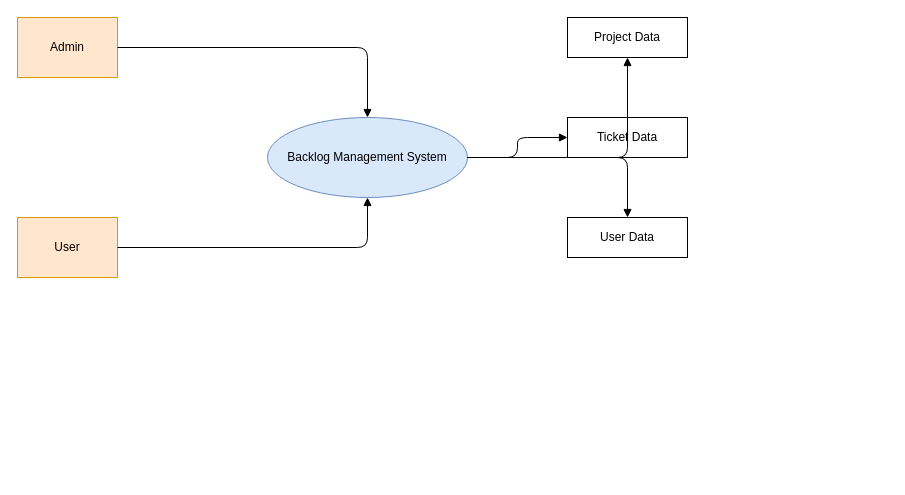
This is Untitled Diagram.drawio from velonix-tech/microservice, a draw.io file, before an edit. Source tidied: cells renumbered, new cells numbered last; positions are measured from the earlier drawing's top-left corner, leaving out a move shared by most shapes. Both pictures are drawn from the tidied source at 100%, with x=0, y=0 at pixel (17, 17).
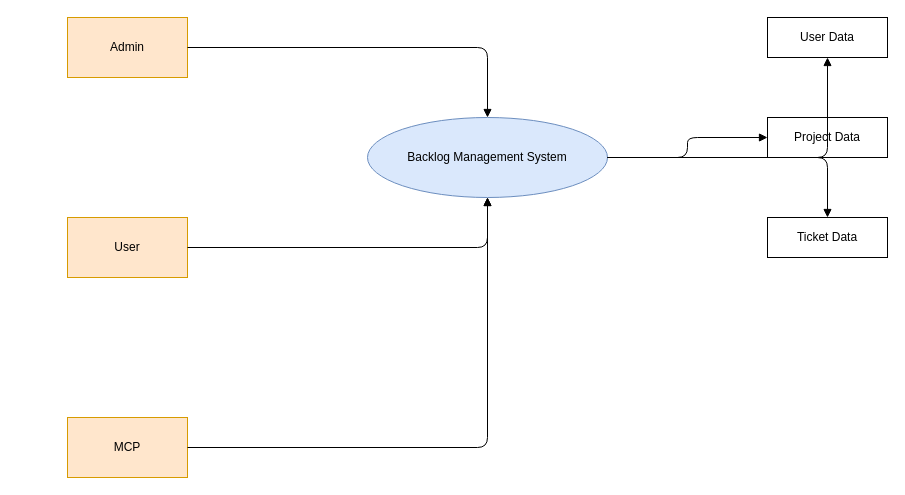
Above is the later version.

What changed in the source:
```diff
@@
 <mxGraphModel>
   <root>
     <mxCell id="0" />
     <mxCell id="1" parent="0" />
     <mxCell id="2" value="Backlog Management System" style="ellipse;whiteSpace=wrap;html=1;fillColor=#DAE8FC;strokeColor=#6C8EBF;" parent="1" vertex="1">
-      <mxGeometry x="250" y="100" width="200" height="80" as="geometry" />
+      <mxGeometry x="350" y="100" width="240" height="80" as="geometry" />
     </mxCell>
     <mxCell id="3" value="Admin" style="shape=rectangle;whiteSpace=wrap;html=1;fillColor=#FFE6CC;strokeColor=#D79B00;" parent="1" vertex="1">
-      <mxGeometry width="100" height="60" as="geometry" />
+      <mxGeometry x="50" width="120" height="60" as="geometry" />
     </mxCell>
     <mxCell id="4" value="User" style="shape=rectangle;whiteSpace=wrap;html=1;fillColor=#FFE6CC;strokeColor=#D79B00;" parent="1" vertex="1">
-      <mxGeometry y="200" width="100" height="60" as="geometry" />
+      <mxGeometry x="50" y="200" width="120" height="60" as="geometry" />
     </mxCell>
-    <mxCell id="5" value="Project Data" style="shape=rectangle;whiteSpace=wrap;html=1;fillColor=#FFFFFF;strokeColor=#000000;rounded=0;" parent="1" vertex="1">
-      <mxGeometry x="550" width="120" height="40" as="geometry" />
+    <mxCell id="5" value="MCP" style="shape=rectangle;whiteSpace=wrap;html=1;fillColor=#FFE6CC;strokeColor=#D79B00;" parent="1" vertex="1">
+      <mxGeometry x="50" y="400" width="120" height="60" as="geometry" />
     </mxCell>
-    <mxCell id="6" value="Ticket Data" style="shape=rectangle;whiteSpace=wrap;html=1;fillColor=#FFFFFF;strokeColor=#000000;rounded=0;" parent="1" vertex="1">
-      <mxGeometry x="550" y="100" width="120" height="40" as="geometry" />
+    <mxCell id="6" value="User Data" style="shape=rectangle;whiteSpace=wrap;html=1;rounded=0;" parent="1" vertex="1">
+      <mxGeometry x="750" width="120" height="40" as="geometry" />
     </mxCell>
-    <mxCell id="7" value="User Data" style="shape=rectangle;whiteSpace=wrap;html=1;fillColor=#FFFFFF;strokeColor=#000000;rounded=0;" parent="1" vertex="1">
-      <mxGeometry x="550" y="200" width="120" height="40" as="geometry" />
+    <mxCell id="7" value="Project Data" style="shape=rectangle;whiteSpace=wrap;html=1;rounded=0;" parent="1" vertex="1">
+      <mxGeometry x="750" y="100" width="120" height="40" as="geometry" />
     </mxCell>
-    <mxCell id="8" style="edgeStyle=orthogonalEdgeStyle;endArrow=block;html=1;strokeColor=#000000;" parent="1" edge="1" source="3" target="2">
-      <mxGeometry relative="1" as="geometry" />
+    <mxCell id="8" value="Ticket Data" style="shape=rectangle;whiteSpace=wrap;html=1;rounded=0;" parent="1" vertex="1">
+      <mxGeometry x="750" y="200" width="120" height="40" as="geometry" />
     </mxCell>
-    <mxCell id="9" style="edgeStyle=orthogonalEdgeStyle;endArrow=block;html=1;strokeColor=#000000;" parent="1" edge="1" source="4" target="2">
+    <mxCell id="9" style="edgeStyle=orthogonalEdgeStyle;endArrow=block;" parent="1" edge="1" source="3" target="2">
       <mxGeometry relative="1" as="geometry" />
     </mxCell>
-    <mxCell id="10" style="edgeStyle=orthogonalEdgeStyle;endArrow=block;html=1;strokeColor=#000000;" parent="1" edge="1" source="2" target="5">
+    <mxCell id="10" style="edgeStyle=orthogonalEdgeStyle;endArrow=block;" parent="1" edge="1" source="4" target="2">
       <mxGeometry relative="1" as="geometry" />
     </mxCell>
-    <mxCell id="11" style="edgeStyle=orthogonalEdgeStyle;endArrow=block;html=1;strokeColor=#000000;" parent="1" edge="1" source="2" target="6">
+    <mxCell id="11" style="edgeStyle=orthogonalEdgeStyle;endArrow=block;" parent="1" edge="1" source="5" target="2">
       <mxGeometry relative="1" as="geometry" />
     </mxCell>
-    <mxCell id="12" style="edgeStyle=orthogonalEdgeStyle;endArrow=block;html=1;strokeColor=#000000;" parent="1" edge="1" source="2" target="7">
+    <mxCell id="12" style="edgeStyle=orthogonalEdgeStyle;endArrow=block;" parent="1" edge="1" source="2" target="6">
       <mxGeometry relative="1" as="geometry" />
     </mxCell>
+    <mxCell id="13" style="edgeStyle=orthogonalEdgeStyle;endArrow=block;" parent="1" edge="1" source="2" target="7">
+      <mxGeometry relative="1" as="geometry" />
+    </mxCell>
+    <mxCell id="14" style="edgeStyle=orthogonalEdgeStyle;endArrow=block;" parent="1" edge="1" source="2" target="8">
+      <mxGeometry relative="1" as="geometry" />
+    </mxCell>
   </root>
 </mxGraphModel>
```
